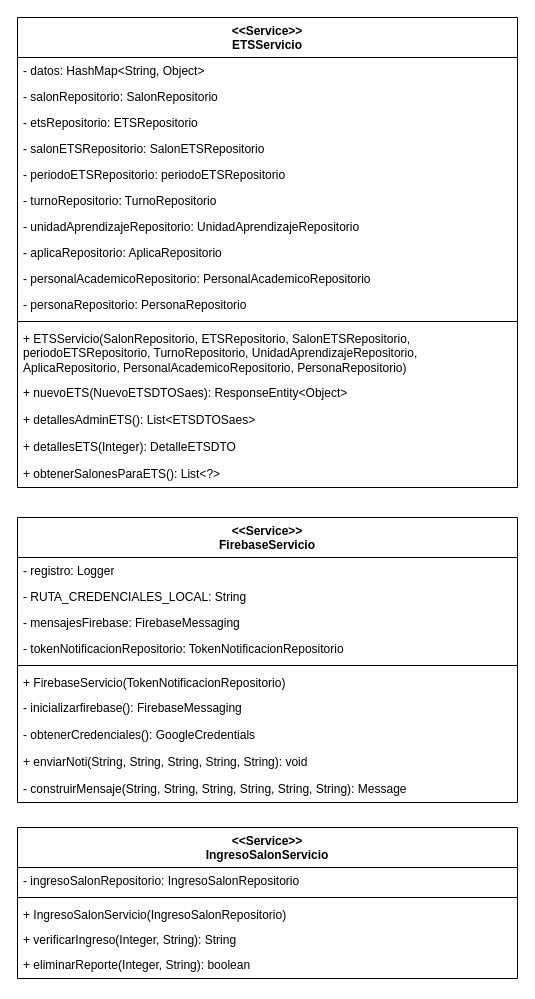
This is page "Services2" (2 of 8) of Clases/Services.drawio from Jajr16/DocumentacionTT, a draw.io file, before an edit. Source tidied: cells renumbered, new cells numbered last; positions are measured from the earlier drawing's top-left corner, leaving out a move shared by most shapes. Both pictures are drawn from the tidied source at 100%, with x=0, y=0 at pixel (17, 17).
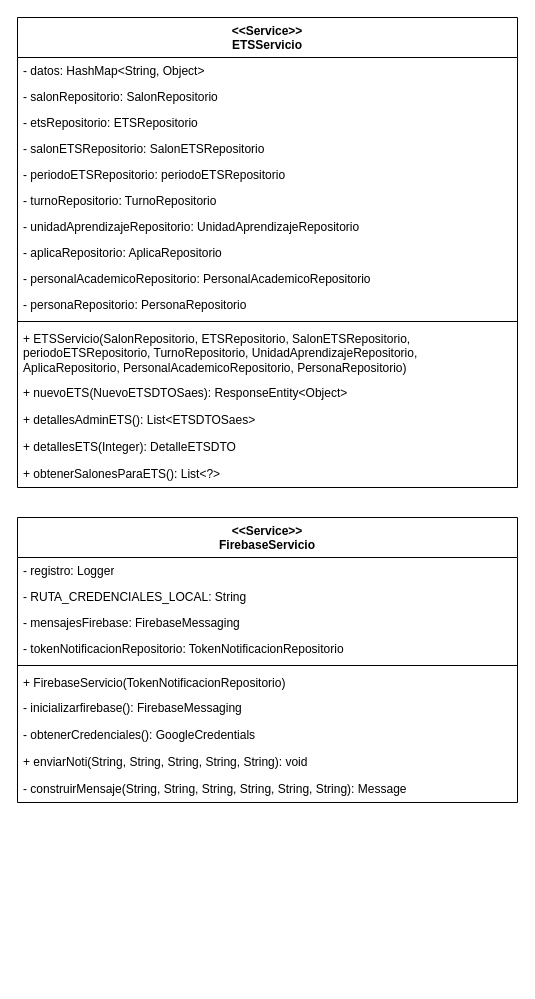
The same page after the edit.

Change to the diagram source:
```diff
@@
-    <mxCell id="30" value="&lt;div&gt;&amp;lt;&amp;lt;Service&amp;gt;&amp;gt;&lt;/div&gt;IngresoSalonServicio" style="swimlane;fontStyle=1;align=center;verticalAlign=top;horizontal=1;startSize=40;whiteSpace=wrap;html=1;" parent="1" vertex="1">
-      <mxGeometry y="810" width="500" height="151" as="geometry" />
-    </mxCell>
-    <mxCell id="31" value="- ingresoSalonRepositorio: IngresoSalonRepositorio" style="text;strokeColor=none;fillColor=none;align=left;verticalAlign=top;spacingLeft=4;spacingRight=4;overflow=hidden;whiteSpace=wrap;html=1;" parent="30" vertex="1">
-      <mxGeometry y="40" width="500" height="26" as="geometry" />
-    </mxCell>
-    <mxCell id="32" style="line;strokeWidth=1;fillColor=none;align=left;verticalAlign=middle;spacingTop=-1;spacingLeft=3;spacingRight=3;labelPosition=right;strokeColor=inherit;" parent="30" vertex="1">
-      <mxGeometry y="66" width="500" height="8" as="geometry" />
-    </mxCell>
-    <mxCell id="33" value="+ IngresoSalonServicio(IngresoSalonRepositorio)" style="text;strokeColor=none;fillColor=none;align=left;verticalAlign=top;spacingLeft=4;spacingRight=4;overflow=hidden;whiteSpace=wrap;html=1;" parent="30" vertex="1">
-      <mxGeometry y="74" width="500" height="25" as="geometry" />
-    </mxCell>
-    <mxCell id="34" value="+ verificarIngreso(Integer, String): String" style="text;strokeColor=none;fillColor=none;align=left;verticalAlign=top;spacingLeft=4;spacingRight=4;overflow=hidden;whiteSpace=wrap;html=1;" parent="30" vertex="1">
-      <mxGeometry y="99" width="500" height="25" as="geometry" />
-    </mxCell>
-    <mxCell id="35" value="+ eliminarReporte(Integer, String): boolean" style="text;strokeColor=none;fillColor=none;align=left;verticalAlign=top;spacingLeft=4;spacingRight=4;overflow=hidden;whiteSpace=wrap;html=1;" parent="30" vertex="1">
-      <mxGeometry y="124" width="500" height="27" as="geometry" />
-    </mxCell>
```
